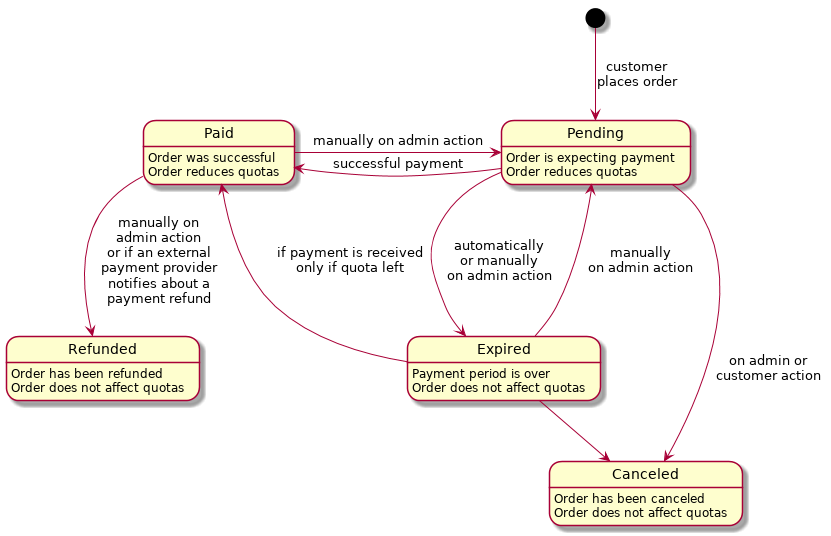
Before: doc/images/order_states.png, a diagram exported from PlantUML (pretix/pretix).
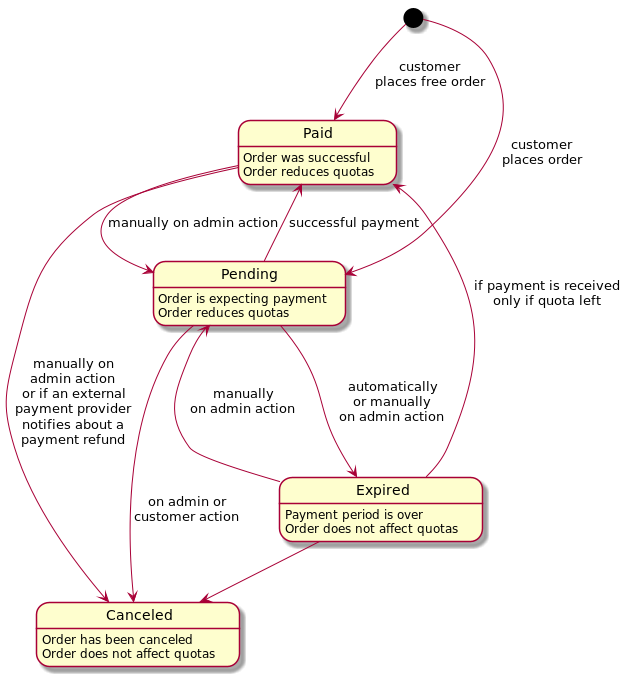
After the change.

Commit message:
Remove "refunded" from state diagram

Change to the diagram source:
```diff
@@ -4,7 +4,6 @@
 Expired: Payment period is over\nOrder does not affect quotas
 Paid: Order was successful\nOrder reduces quotas
 Canceled: Order has been canceled\nOrder does not affect quotas
-Refunded: Order has been refunded\nOrder does not affect quotas
 
 [*] --> Pending: customer\nplaces order
 Pending --> Paid: successful payment
@@ -12,8 +11,9 @@
 Expired --> Paid: if payment is received\nonly if quota left
 Expired --> Canceled
 Expired --> Pending: manually\non admin action
-Paid --> Refunded: manually on\nadmin action\nor if an external\npayment provider\nnotifies about a\npayment refund
+Paid --> Canceled: manually on\nadmin action\nor if an external\npayment provider\nnotifies about a\npayment refund
 Pending --> Canceled: on admin or\ncustomer action
 Paid -> Pending: manually on admin action
+[*] --> Paid: customer\nplaces free order
 
 @enduml
```
